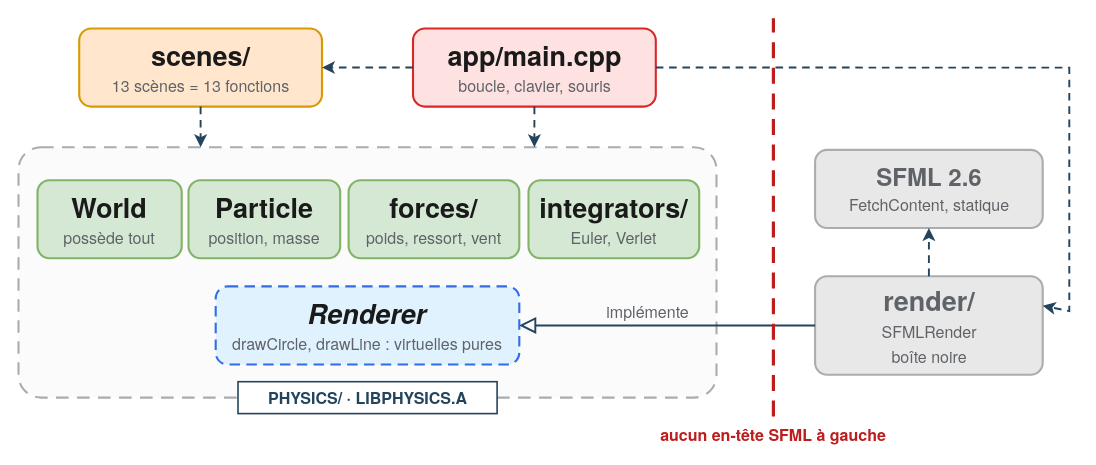
Earlier version of the draw.io diagram assets/presentation/schemas/architecture.drawio (Audr1c/POOProject). Source tidied: cells renumbered, new cells numbered last; positions are measured from the earlier drawing's top-left corner, leaving out a move shared by most shapes. Both pictures are drawn from the tidied source at 100%, with x=0, y=0 at pixel (18, 18).
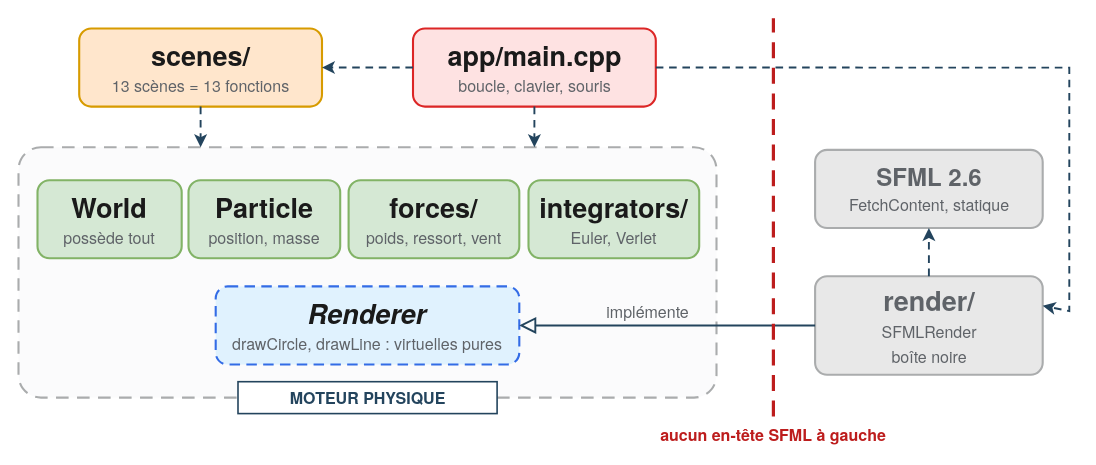
Above is the later version.

What changed in the source:
```diff
@@
-    <mxCell id="3" value="PHYSICS/ · LIBPHYSICS.A" style="rounded=0;html=1;fillColor=#FFFFFF;strokeColor=#23445D;strokeWidth=1.6;fontFamily=TeX Gyre Heros,Helvetica,Arial;fontSize=16;fontStyle=1;fontColor=#23445D;" parent="1" vertex="1">
+    <mxCell id="3" value="MOTEUR PHYSIQUE" style="rounded=0;html=1;fillColor=#FFFFFF;strokeColor=#23445D;strokeWidth=1.6;fontFamily=TeX Gyre Heros,Helvetica,Arial;fontSize=16;fontStyle=1;fontColor=#23445D;" parent="1" vertex="1">
       <mxGeometry x="219.5" y="363.2" width="259.1" height="31.9" as="geometry" />
     </mxCell>
```
